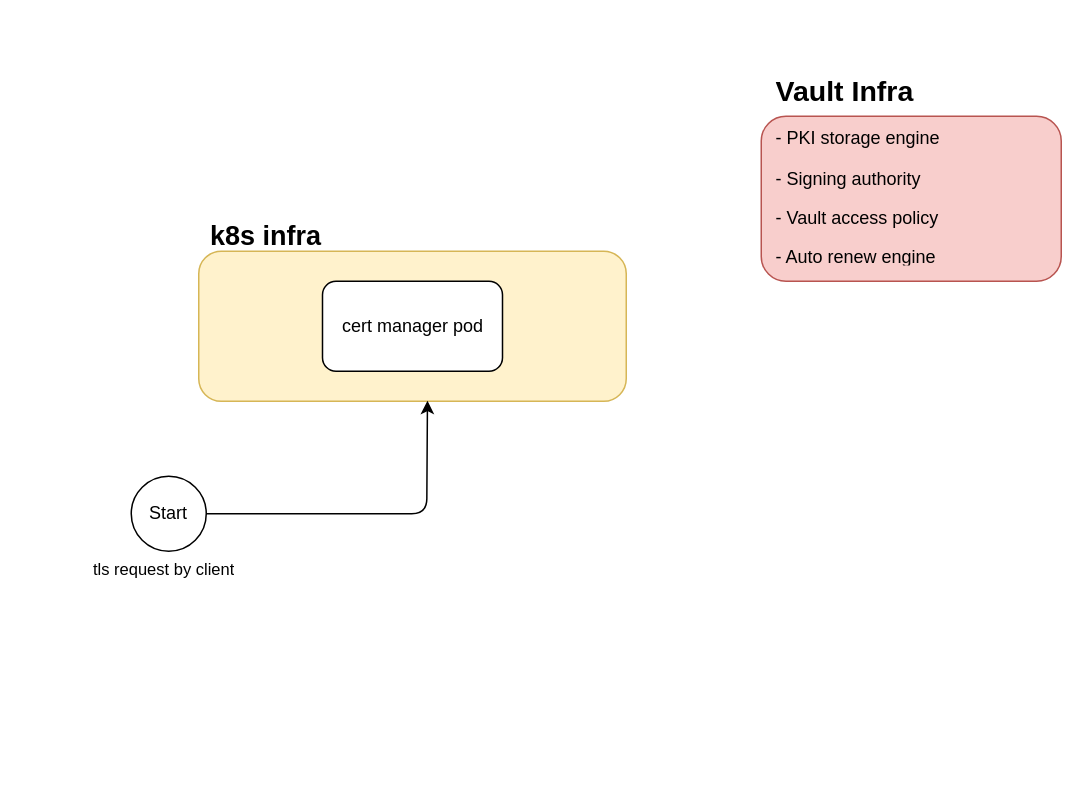
Earlier version of the draw.io diagram Untitled Diagram.drawio (satyajitbaral/drawio). Source tidied: cells renumbered, new cells numbered last; positions are measured from the earlier drawing's top-left corner, leaving out a move shared by most shapes. Both pictures are drawn from the tidied source at 150%, with x=0, y=0 at pixel (86, 70).
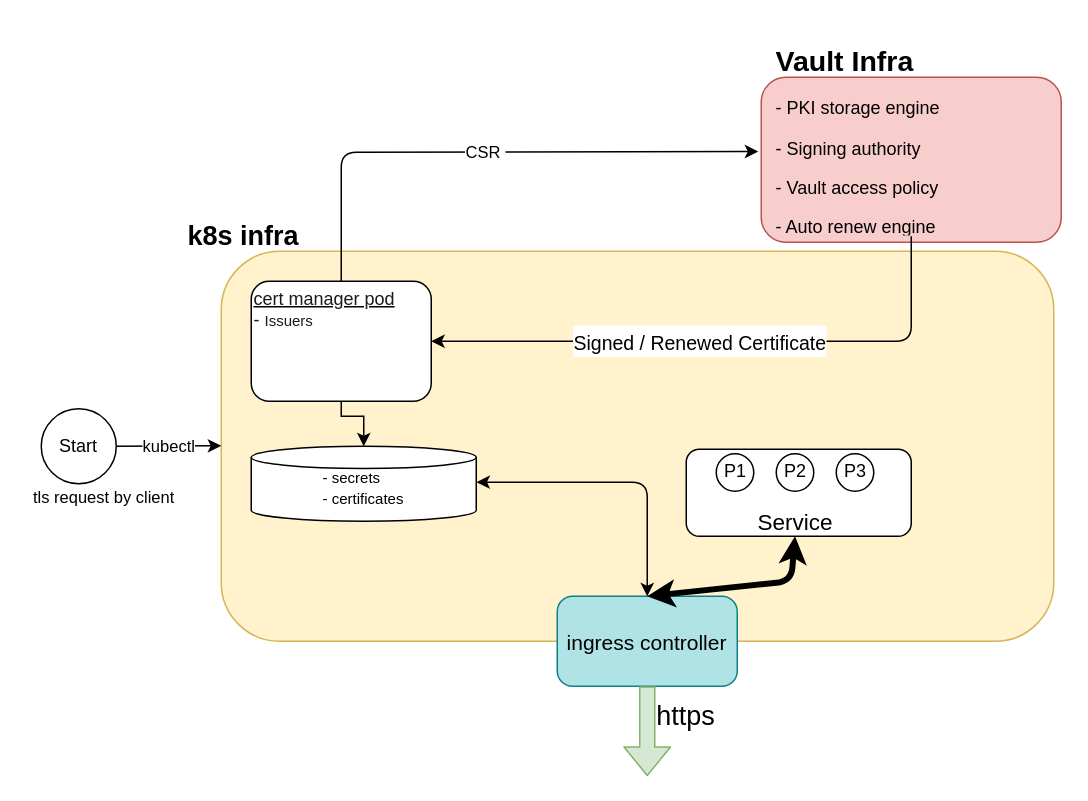
The same page after the edit.

The edit, as a diff of the source:
```diff
@@
     <mxCell id="2" value="Start" style="ellipse;whiteSpace=wrap;html=1;" parent="1" vertex="1">
-      <mxGeometry x="30" y="270" width="50" height="50" as="geometry" />
+      <mxGeometry x="-30" y="225" width="50" height="50" as="geometry" />
     </mxCell>
     <mxCell id="3" value="&lt;h1 style=&quot;font-size: 23px&quot;&gt;&lt;span style=&quot;font-weight: normal&quot;&gt;&lt;font style=&quot;font-size: 11px&quot;&gt;tls request by client&lt;/font&gt;&lt;/span&gt;&lt;/h1&gt;" style="text;html=1;strokeColor=none;fillColor=none;spacing=5;spacingTop=-20;whiteSpace=wrap;overflow=hidden;rounded=0;" parent="1" vertex="1">
-      <mxGeometry y="310" width="170" height="50" as="geometry" />
+      <mxGeometry x="-40" y="262" width="170" height="50" as="geometry" />
     </mxCell>
     <mxCell id="4" style="rounded=1;whiteSpace=wrap;html=1;fillColor=#fff2cc;strokeColor=#d6b656;" parent="1" vertex="1">
-      <mxGeometry x="75" y="120" width="285" height="100" as="geometry" />
+      <mxGeometry x="90" y="120" width="555" height="260" as="geometry" />
     </mxCell>
-    <mxCell id="5" style="endArrow=classic;html=1;exitX=1;exitY=0.5;exitDx=0;exitDy=0;entryX=0.535;entryY=0.996;entryDx=0;entryDy=0;entryPerimeter=0;" parent="1" edge="1" source="2" target="4">
-      <mxGeometry relative="1" as="geometry">
-        <Array as="points">
-          <mxPoint x="227" y="295" />
-        </Array>
-      </mxGeometry>
-    </mxCell>
     <mxCell id="6" value="k8s infra" style="text;html=1;strokeColor=none;fillColor=none;align=center;verticalAlign=middle;whiteSpace=wrap;rounded=0;fontSize=18;fontStyle=1;" parent="1" vertex="1">
-      <mxGeometry x="70" y="100" width="100" height="20" as="geometry" />
+      <mxGeometry x="55" y="100" width="100" height="20" as="geometry" />
     </mxCell>
+    <mxCell id="10" style="edgeStyle=orthogonalEdgeStyle;rounded=0;jettySize=auto;html=1;strokeWidth=1;fontSize=18;" parent="1" edge="1" source="7" target="14">
+      <mxGeometry relative="1" as="geometry">
+        <Array as="points">
+          <mxPoint x="170" y="230" />
+          <mxPoint x="185" y="230" />
+        </Array>
+      </mxGeometry>
+    </mxCell>
-    <mxCell id="7" value="cert manager pod" style="rounded=1;whiteSpace=wrap;html=1;" parent="1" vertex="1">
-      <mxGeometry x="157.5" y="140" width="120" height="60" as="geometry" />
+    <mxCell id="7" value="&lt;div&gt;&lt;u&gt;&lt;font color=&quot;#1a1a1a&quot;&gt;cert manager pod&lt;/font&gt;&lt;/u&gt;&lt;/div&gt;&lt;div&gt;&lt;font color=&quot;#1a1a1a&quot;&gt;- &lt;font style=&quot;font-size: 10px&quot;&gt;Issuers&lt;/font&gt;&lt;/font&gt;&lt;/div&gt;&lt;div&gt;&lt;font color=&quot;#1a1a1a&quot;&gt;&lt;font style=&quot;font-size: 10px&quot;&gt;&lt;br&gt;&lt;/font&gt;&lt;/font&gt;&lt;/div&gt;&lt;div&gt;&lt;font color=&quot;#1a1a1a&quot;&gt;&lt;font style=&quot;font-size: 10px&quot;&gt;&lt;br&gt;&lt;/font&gt;&lt;/font&gt;&lt;/div&gt;&lt;div&gt;&lt;font color=&quot;#1a1a1a&quot;&gt;&lt;font style=&quot;font-size: 10px&quot;&gt;&lt;br&gt;&lt;/font&gt;&lt;/font&gt;&lt;/div&gt;" style="rounded=1;whiteSpace=wrap;html=1;align=left;" parent="1" vertex="1">
+      <mxGeometry x="110" y="140" width="120" height="80" as="geometry" />
     </mxCell>
     <mxCell id="8" style="rounded=1;whiteSpace=wrap;html=1;fillColor=#f8cecc;strokeColor=#b85450;" parent="1" vertex="1">
-      <mxGeometry x="450" y="30" width="200" height="110" as="geometry" />
+      <mxGeometry x="450" y="4" width="200" height="110" as="geometry" />
     </mxCell>
     <mxCell id="9" value="&lt;h1 style=&quot;font-size: 19px&quot;&gt;Vault Infra&lt;/h1&gt;&lt;p&gt;- PKI storage engine&lt;/p&gt;&lt;p&gt;- Signing authority&lt;/p&gt;&lt;p&gt;- Vault access policy&lt;/p&gt;&lt;p&gt;- Auto renew engine&lt;/p&gt;" style="text;html=1;strokeColor=none;fillColor=none;spacing=5;spacingTop=-20;whiteSpace=wrap;overflow=hidden;rounded=0;" parent="1" vertex="1">
-      <mxGeometry x="455" width="190" height="130" as="geometry" />
+      <mxGeometry x="455" y="-20" width="190" height="130" as="geometry" />
     </mxCell>
+    <mxCell id="11" style="endArrow=classic;html=1;fontSize=18;entryX=-0.01;entryY=0.45;entryDx=0;entryDy=0;exitX=0.5;exitY=0;exitDx=0;exitDy=0;entryPerimeter=0;" parent="1" edge="1" source="7" target="8">
+      <mxGeometry relative="1" as="geometry">
+        <Array as="points">
+          <mxPoint x="170" y="54" />
+        </Array>
+      </mxGeometry>
+    </mxCell>
+    <mxCell id="12" value="CSR&amp;nbsp;" style="edgeLabel;html=1;align=center;verticalAlign=middle;" parent="11" vertex="1">
+      <mxGeometry relative="1" as="geometry" />
+    </mxCell>
+    <mxCell id="13" value="&lt;font style=&quot;font-size: 14px&quot;&gt;ingress controller&lt;/font&gt;" style="rounded=1;whiteSpace=wrap;html=1;fontSize=18;arcSize=17;fillColor=#b0e3e6;strokeColor=#0e8088;" parent="1" vertex="1">
+      <mxGeometry x="314" y="350" width="120" height="60" as="geometry" />
+    </mxCell>
+    <mxCell id="14" value="&lt;div style=&quot;text-align: left&quot;&gt;&lt;span style=&quot;font-size: 10px&quot;&gt;- secrets&lt;/span&gt;&lt;/div&gt;&lt;font style=&quot;font-size: 10px&quot;&gt;&lt;div style=&quot;text-align: left&quot;&gt;&lt;span&gt;- certificates&lt;/span&gt;&lt;/div&gt;&lt;/font&gt;" style="shape=cylinder2;whiteSpace=wrap;html=1;boundedLbl=1;backgroundOutline=1;size=7.379310344827843;fontSize=18;" parent="1" vertex="1">
+      <mxGeometry x="110" y="250" width="150" height="50" as="geometry" />
+    </mxCell>
+    <mxCell id="15" style="endArrow=classic;html=1;fontSize=18;" parent="1" edge="1">
+      <mxGeometry relative="1" as="geometry">
+        <mxPoint x="20" y="250" as="sourcePoint" />
+        <mxPoint x="90" y="249.7" as="targetPoint" />
+      </mxGeometry>
+    </mxCell>
+    <mxCell id="16" value="kubectl" style="edgeLabel;html=1;align=center;verticalAlign=middle;" parent="15" vertex="1">
+      <mxGeometry relative="1" as="geometry" />
+    </mxCell>
+    <mxCell id="17" value="&lt;font style=&quot;font-size: 13px&quot;&gt;Signed / Renewed Certificate&lt;/font&gt;" style="endArrow=classic;html=1;fontSize=18;exitX=0.5;exitY=1;exitDx=0;exitDy=0;entryX=1;entryY=0.5;entryDx=0;entryDy=0;" parent="1" edge="1" source="9" target="7">
+      <mxGeometry x="0.08" relative="1" as="geometry">
+        <Array as="points">
+          <mxPoint x="550" y="180" />
+        </Array>
+      </mxGeometry>
+    </mxCell>
+    <mxCell id="18" style="rounded=1;whiteSpace=wrap;html=1;fontSize=18;" parent="1" vertex="1">
+      <mxGeometry x="400" y="252" width="150" height="58" as="geometry" />
+    </mxCell>
+    <mxCell id="19" style="ellipse;whiteSpace=wrap;html=1;fontSize=18;" parent="1" vertex="1">
+      <mxGeometry x="420" y="255" width="25" height="25" as="geometry" />
+    </mxCell>
+    <mxCell id="20" style="ellipse;whiteSpace=wrap;html=1;fontSize=18;" parent="1" vertex="1">
+      <mxGeometry x="460" y="255" width="25" height="25" as="geometry" />
+    </mxCell>
+    <mxCell id="21" style="ellipse;whiteSpace=wrap;html=1;fontSize=18;" parent="1" vertex="1">
+      <mxGeometry x="500" y="255" width="25" height="25" as="geometry" />
+    </mxCell>
+    <mxCell id="22" value="&lt;font style=&quot;font-size: 12px&quot;&gt;P1&lt;/font&gt;" style="text;html=1;strokeColor=none;fillColor=none;align=center;verticalAlign=middle;whiteSpace=wrap;rounded=0;fontSize=18;" parent="1" vertex="1">
+      <mxGeometry x="413" y="255" width="40" height="20" as="geometry" />
+    </mxCell>
+    <mxCell id="23" value="&lt;font style=&quot;font-size: 12px&quot;&gt;P2&lt;/font&gt;" style="text;html=1;strokeColor=none;fillColor=none;align=center;verticalAlign=middle;whiteSpace=wrap;rounded=0;fontSize=18;" parent="1" vertex="1">
+      <mxGeometry x="452.5" y="255" width="40" height="20" as="geometry" />
+    </mxCell>
+    <mxCell id="24" value="&lt;font style=&quot;font-size: 12px&quot;&gt;P3&lt;/font&gt;" style="text;html=1;strokeColor=none;fillColor=none;align=center;verticalAlign=middle;whiteSpace=wrap;rounded=0;fontSize=18;" parent="1" vertex="1">
+      <mxGeometry x="492.5" y="255" width="40" height="20" as="geometry" />
+    </mxCell>
+    <mxCell id="25" value="&lt;font style=&quot;font-size: 15px&quot;&gt;Service&lt;/font&gt;" style="text;html=1;strokeColor=none;fillColor=none;align=center;verticalAlign=middle;whiteSpace=wrap;rounded=0;fontSize=18;" parent="1" vertex="1">
+      <mxGeometry x="452.5" y="290" width="40" height="20" as="geometry" />
+    </mxCell>
+    <mxCell id="26" style="endArrow=classic;startArrow=classic;html=1;fontSize=18;entryX=0.5;entryY=1;entryDx=0;entryDy=0;exitX=0.5;exitY=0;exitDx=0;exitDy=0;strokeWidth=4;" parent="1" edge="1" source="13" target="25">
+      <mxGeometry relative="1" as="geometry">
+        <Array as="points">
+          <mxPoint x="470" y="340" />
+        </Array>
+      </mxGeometry>
+    </mxCell>
+    <mxCell id="27" style="shape=flexArrow;endArrow=classic;html=1;fontSize=18;exitX=0.5;exitY=1;exitDx=0;exitDy=0;fillColor=#d5e8d4;strokeColor=#82b366;" parent="1" edge="1" source="13">
+      <mxGeometry relative="1" as="geometry">
+        <mxPoint x="374" y="470" as="targetPoint" />
+      </mxGeometry>
+    </mxCell>
+    <mxCell id="28" value="https" style="text;html=1;strokeColor=none;fillColor=none;align=center;verticalAlign=middle;whiteSpace=wrap;rounded=0;fontSize=18;" parent="1" vertex="1">
+      <mxGeometry x="380" y="420" width="40" height="20" as="geometry" />
+    </mxCell>
+    <mxCell id="29" style="endArrow=classic;startArrow=classic;html=1;fontSize=18;exitX=0.5;exitY=0;exitDx=0;exitDy=0;entryX=1.001;entryY=0.479;entryDx=0;entryDy=0;entryPerimeter=0;" parent="1" edge="1" source="13" target="14">
+      <mxGeometry relative="1" as="geometry">
+        <Array as="points">
+          <mxPoint x="374" y="274" />
+        </Array>
+      </mxGeometry>
+    </mxCell>
```
